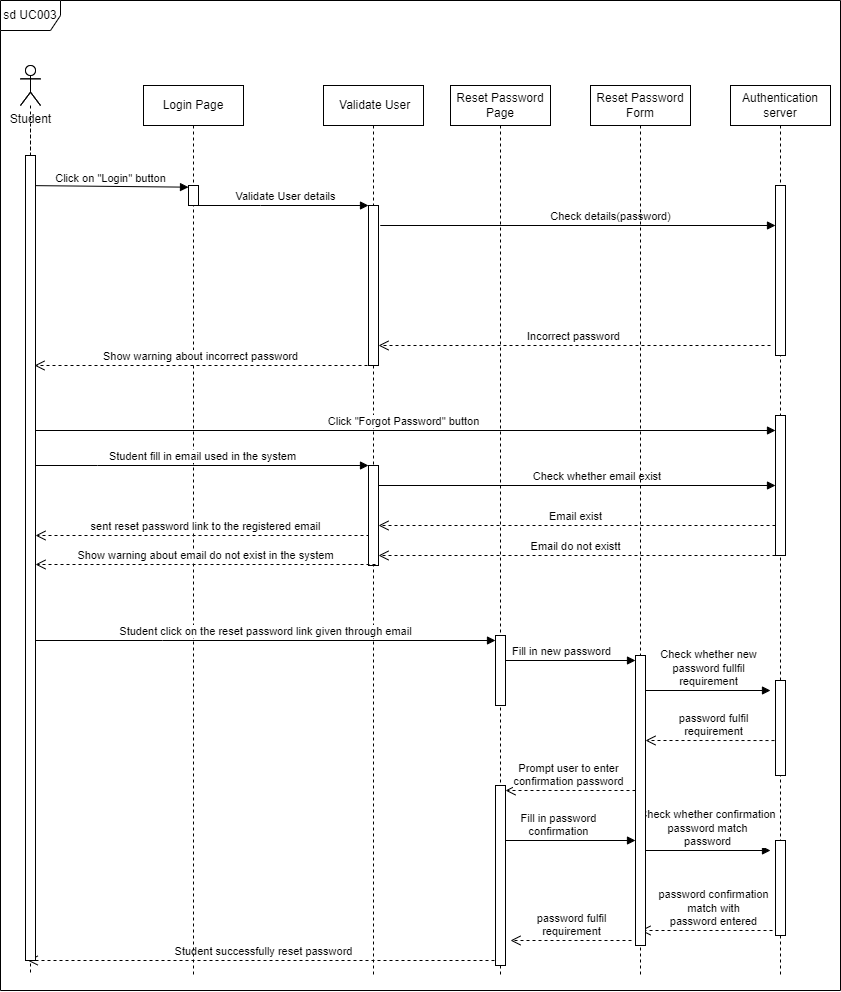
The draw.io diagram project/drawio/Alpha/SDResetPassword.drawio.png in drshahizan/software-engineering, before a commit. Source tidied: cells renumbered, new cells last; positions are measured from the earlier drawing's top-left corner, leaving out a move shared by most shapes.
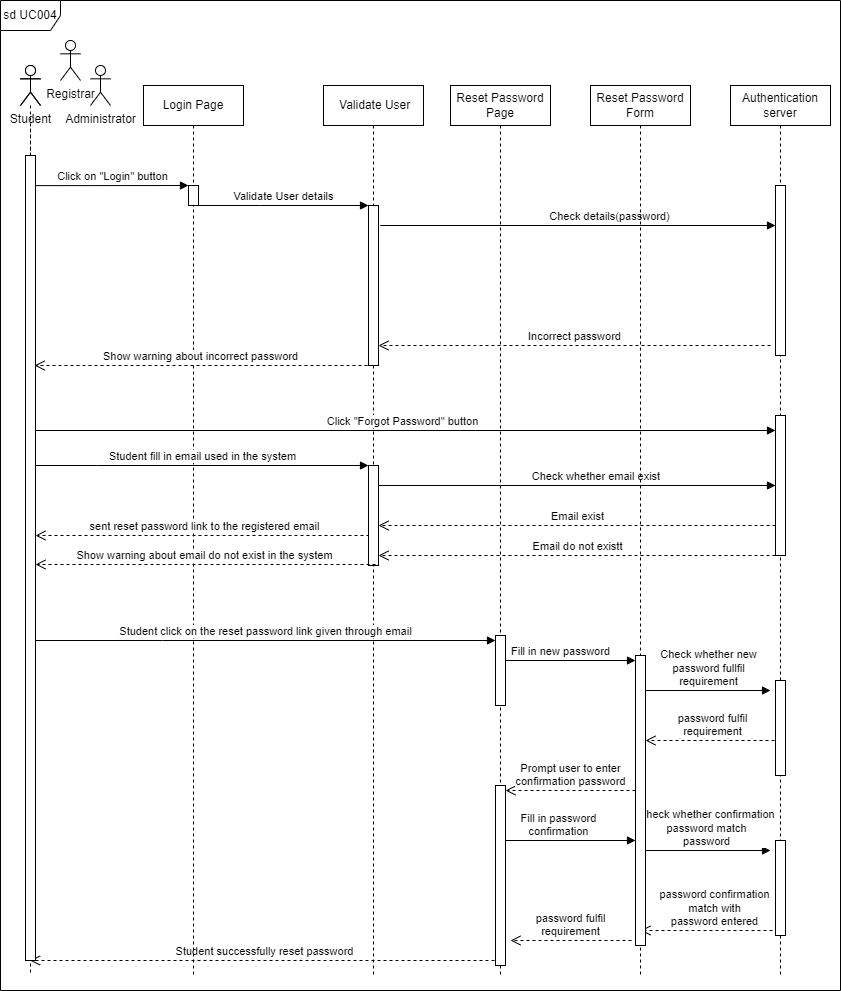
Later version of the same file.

Diff of the diagram source:
```diff
@@ -165,7 +165,7 @@
         </Array>
       </mxGeometry>
     </mxCell>
-    <mxCell id="30" value="sd UC003" style="shape=umlFrame;whiteSpace=wrap;html=1;" parent="1" vertex="1">
+    <mxCell id="30" value="sd UC004" style="shape=umlFrame;whiteSpace=wrap;html=1;" parent="1" vertex="1">
       <mxGeometry width="840" height="990" as="geometry" />
     </mxCell>
     <mxCell id="31" value="Click &quot;Forgot Password&quot; button" style="html=1;verticalAlign=bottom;endArrow=block;edgeStyle=elbowEdgeStyle;elbow=vertical;curved=0;rounded=0;" parent="1" edge="1" target="25">
@@ -290,5 +290,11 @@
         </Array>
       </mxGeometry>
     </mxCell>
+    <mxCell id="44" value="Administrator" style="shape=umlActor;verticalLabelPosition=bottom;verticalAlign=top;html=1;" parent="1" vertex="1">
+      <mxGeometry x="90" y="65" width="20" height="40" as="geometry" />
+    </mxCell>
+    <mxCell id="45" value="Registrar" style="shape=umlActor;verticalLabelPosition=bottom;verticalAlign=top;html=1;" parent="1" vertex="1">
+      <mxGeometry x="60" y="40" width="20" height="40" as="geometry" />
+    </mxCell>
   </root>
 </mxGraphModel>
```
